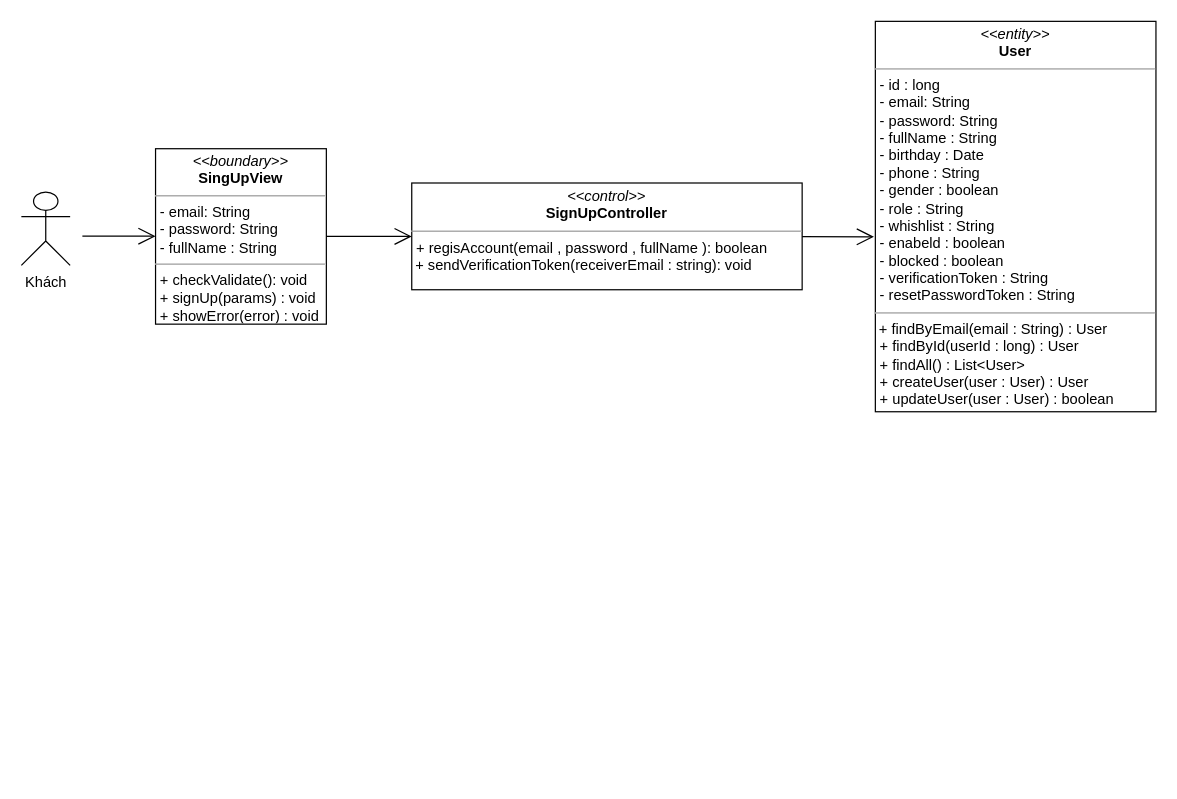
This is class diagram/register-class-diagram.drawio from nguyenphamvan/datn_20202, a draw.io file, before an edit. Source tidied: cells renumbered, new cells numbered last; positions are measured from the earlier drawing's top-left corner, leaving out a move shared by most shapes. Both pictures are drawn from the tidied source at 122%, with x=0, y=0 at pixel (21, 21).
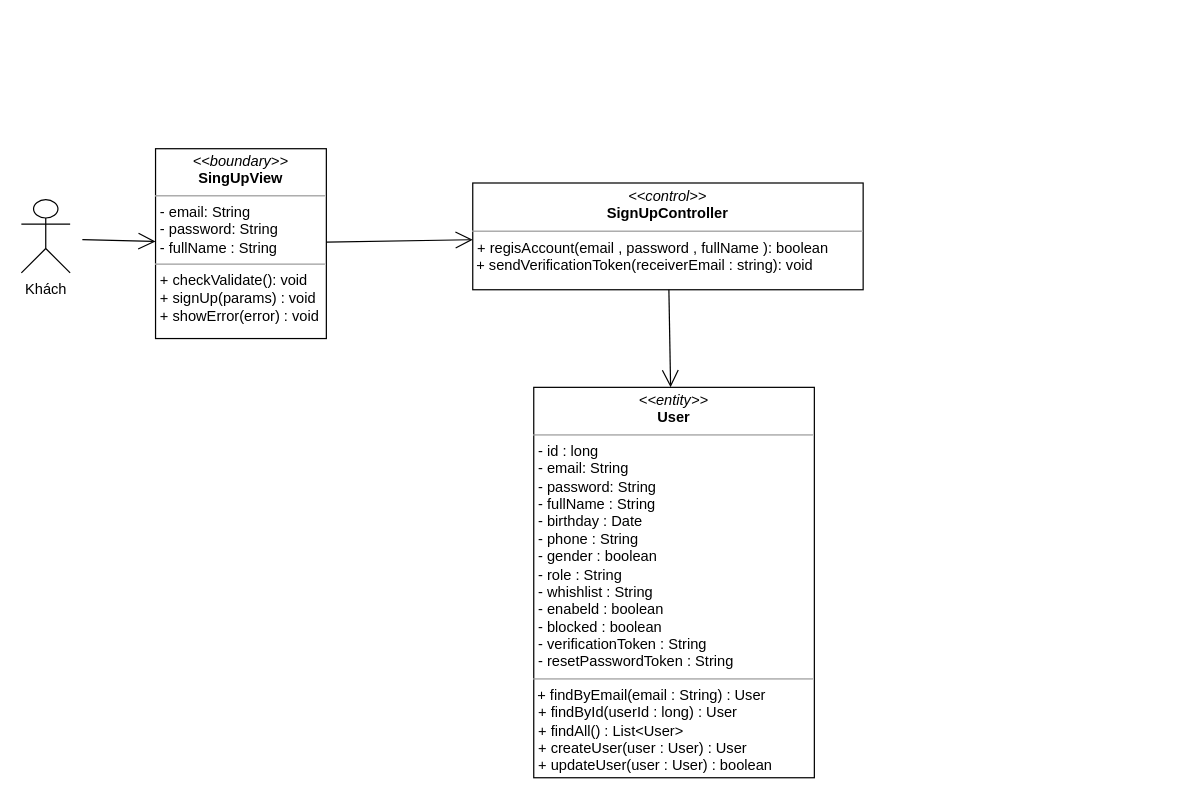
The same page after the edit.

What changed in the source:
```diff
@@
 <mxGraphModel>
   <root>
     <mxCell id="0" />
     <mxCell id="1" parent="0" />
     <mxCell id="2" value="&lt;p style=&quot;margin: 0px ; margin-top: 4px ; text-align: center&quot;&gt;&lt;i&gt;&amp;lt;&amp;lt;boundary&amp;gt;&amp;gt;&lt;/i&gt;&lt;br&gt;&lt;b&gt;SingUpView&lt;/b&gt;&lt;/p&gt;&lt;hr size=&quot;1&quot;&gt;&lt;p style=&quot;margin: 0px ; margin-left: 4px&quot;&gt;- email: String&lt;br&gt;- password: String&lt;/p&gt;&lt;p style=&quot;margin: 0px ; margin-left: 4px&quot;&gt;- fullName : String&lt;/p&gt;&lt;hr size=&quot;1&quot;&gt;&lt;p style=&quot;margin: 0px ; margin-left: 4px&quot;&gt;+ checkValidate(): void&lt;/p&gt;&lt;p style=&quot;margin: 0px ; margin-left: 4px&quot;&gt;+ signUp(params) : void&lt;/p&gt;&lt;p style=&quot;margin: 0px ; margin-left: 4px&quot;&gt;+ showError(error) : void&lt;/p&gt;&lt;p style=&quot;margin: 0px ; margin-left: 4px&quot;&gt;&lt;br&gt;&lt;/p&gt;" style="verticalAlign=top;align=left;overflow=fill;fontSize=12;fontFamily=Helvetica;html=1;" parent="1" vertex="1">
-      <mxGeometry x="110" y="104.4" width="140" height="143.8" as="geometry" />
+      <mxGeometry x="110" y="104.4" width="140" height="155.6" as="geometry" />
     </mxCell>
     <mxCell id="3" value="&lt;p style=&quot;margin: 0px ; margin-top: 4px ; text-align: center&quot;&gt;&lt;i&gt;&amp;lt;&amp;lt;entity&amp;gt;&amp;gt;&lt;/i&gt;&lt;br&gt;&lt;b&gt;User&lt;/b&gt;&lt;/p&gt;&lt;hr size=&quot;1&quot;&gt;&lt;p style=&quot;margin: 0px ; margin-left: 4px&quot;&gt;- id : long&lt;/p&gt;&lt;p style=&quot;margin: 0px ; margin-left: 4px&quot;&gt;- email: String&lt;br&gt;- password: String&lt;/p&gt;&lt;p style=&quot;margin: 0px ; margin-left: 4px&quot;&gt;- fullName : String&lt;/p&gt;&lt;p style=&quot;margin: 0px ; margin-left: 4px&quot;&gt;- birthday : Date&lt;/p&gt;&lt;p style=&quot;margin: 0px ; margin-left: 4px&quot;&gt;- phone : String&lt;/p&gt;&lt;p style=&quot;margin: 0px ; margin-left: 4px&quot;&gt;- gender : boolean&lt;/p&gt;&lt;p style=&quot;margin: 0px ; margin-left: 4px&quot;&gt;- role : String&lt;/p&gt;&lt;p style=&quot;margin: 0px ; margin-left: 4px&quot;&gt;- whishlist : String&lt;/p&gt;&lt;p style=&quot;margin: 0px ; margin-left: 4px&quot;&gt;- enabeld : boolean&lt;/p&gt;&lt;p style=&quot;margin: 0px ; margin-left: 4px&quot;&gt;- blocked : boolean&lt;/p&gt;&lt;p style=&quot;margin: 0px ; margin-left: 4px&quot;&gt;- verificationToken : String&lt;/p&gt;&lt;p style=&quot;margin: 0px ; margin-left: 4px&quot;&gt;- resetPasswordToken : String&lt;/p&gt;&lt;hr size=&quot;1&quot;&gt;&lt;p style=&quot;margin: 0px ; margin-left: 4px&quot;&gt;&lt;/p&gt;&amp;nbsp;&lt;span&gt;+ findByEmail(email : String) : User&amp;nbsp;&lt;/span&gt;&lt;p style=&quot;margin: 0px 0px 0px 4px&quot;&gt;+ findById(userId : long) : User&lt;/p&gt;&lt;p style=&quot;margin: 0px 0px 0px 4px&quot;&gt;+ findAll() : List&amp;lt;User&amp;gt;&lt;/p&gt;&lt;p style=&quot;margin: 0px 0px 0px 4px&quot;&gt;+ createUser(user : User) : User&lt;/p&gt;&lt;p style=&quot;margin: 0px 0px 0px 4px&quot;&gt;+ updateUser(user : User) : boolean&lt;/p&gt;" style="verticalAlign=top;align=left;overflow=fill;fontSize=12;fontFamily=Helvetica;html=1;" parent="1" vertex="1">
-      <mxGeometry x="700" width="230" height="320" as="geometry" />
+      <mxGeometry x="420" y="300" width="230" height="320" as="geometry" />
     </mxCell>
     <mxCell id="4" value="&lt;p style=&quot;margin: 0px ; margin-top: 4px ; text-align: center&quot;&gt;&lt;i&gt;&amp;lt;&amp;lt;control&amp;gt;&amp;gt;&lt;/i&gt;&lt;br&gt;&lt;b&gt;SignUpController&lt;/b&gt;&lt;/p&gt;&lt;hr size=&quot;1&quot;&gt;&lt;p style=&quot;margin: 0px ; margin-left: 4px&quot;&gt;+ regisAccount(email , password , fullName ): boolean&lt;/p&gt;&amp;nbsp;+ sendVerificationToken(receiverEmail : string): void" style="verticalAlign=top;align=left;overflow=fill;fontSize=12;fontFamily=Helvetica;html=1;" parent="1" vertex="1">
-      <mxGeometry x="320" y="132.5" width="320" height="87.5" as="geometry" />
+      <mxGeometry x="370" y="132.5" width="320" height="87.5" as="geometry" />
     </mxCell>
-    <mxCell id="5" style="endArrow=open;endFill=1;endSize=12;html=1;entryX=-0.005;entryY=0.552;entryDx=0;entryDy=0;entryPerimeter=0;" parent="1" edge="1" source="4" target="3">
+    <mxCell id="5" style="endArrow=open;endFill=1;endSize=12;html=1;" parent="1" edge="1" source="4" target="3">
       <mxGeometry relative="1" as="geometry" />
     </mxCell>
     <mxCell id="6" style="endArrow=open;endFill=1;endSize=12;html=1;" parent="1" edge="1" source="2" target="4">
       <mxGeometry relative="1" as="geometry" />
     </mxCell>
     <mxCell id="7" value="Khách" style="shape=umlActor;verticalLabelPosition=bottom;verticalAlign=top;html=1;" parent="1" vertex="1">
-      <mxGeometry y="140" width="40" height="60" as="geometry" />
+      <mxGeometry y="146.2" width="40" height="60" as="geometry" />
     </mxCell>
     <mxCell id="8" style="endArrow=open;endFill=1;endSize=12;html=1;" parent="1" edge="1" target="2">
       <mxGeometry relative="1" as="geometry">
-        <mxPoint x="50" y="176" as="sourcePoint" />
+        <mxPoint x="50" y="179" as="sourcePoint" />
       </mxGeometry>
     </mxCell>
   </root>
 </mxGraphModel>
```
